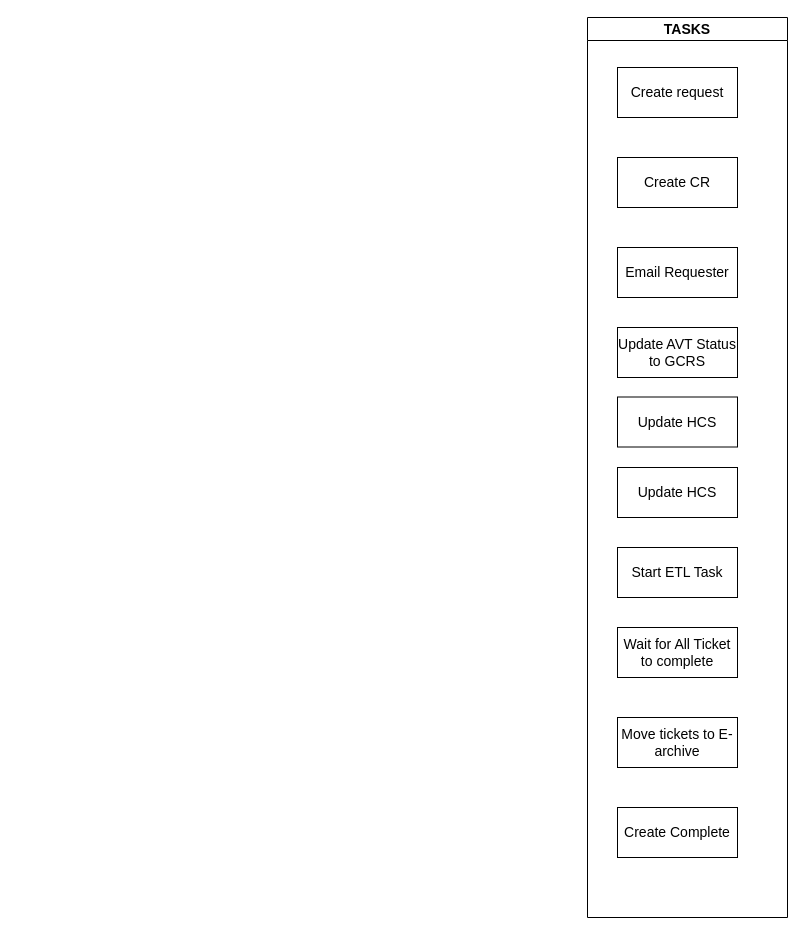
Earlier version of the draw.io diagram Untitled Diagram.drawio (gowsi1511/gowsi1511). Source tidied: cells renumbered, new cells numbered last; positions are measured from the earlier drawing's top-left corner, leaving out a move shared by most shapes. Both pictures are drawn from the tidied source at 100%, with x=0, y=0 at pixel (587, 17).
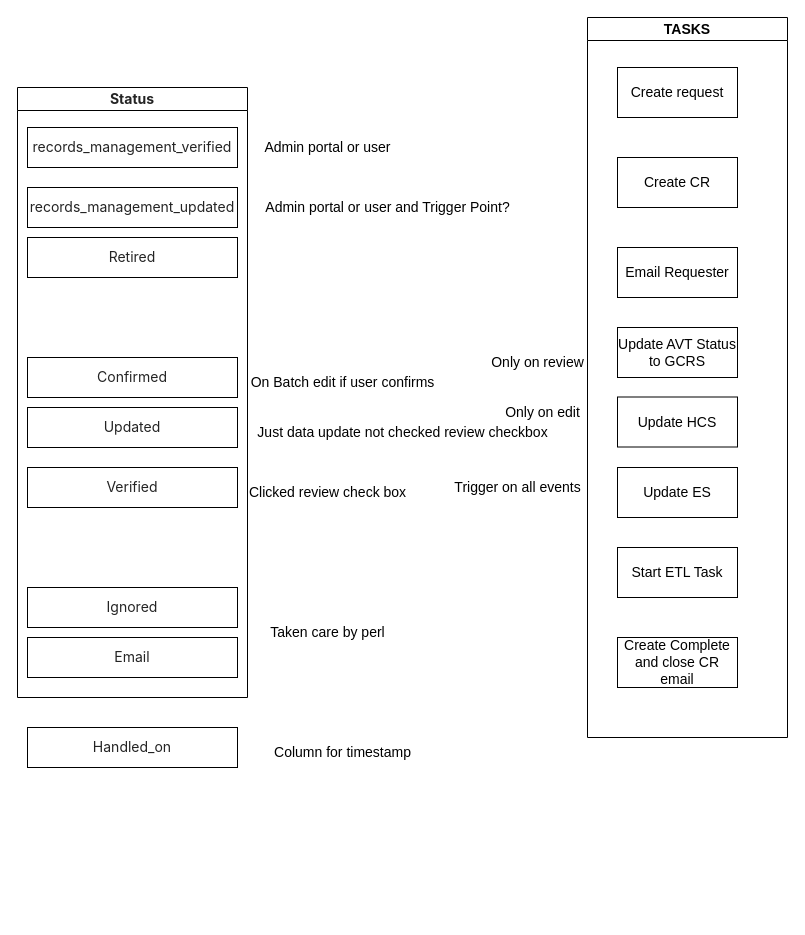
The same diagram, later.

Change to the diagram source:
```diff
@@
     <mxCell id="2" value="&lt;font style=&quot;font-size: 14px;&quot;&gt;TASKS&lt;/font&gt;" style="swimlane;whiteSpace=wrap;html=1;" parent="1" vertex="1">
-      <mxGeometry width="200" height="900" as="geometry" />
+      <mxGeometry width="200" height="720" as="geometry" />
     </mxCell>
@@
-    <mxCell id="7" value="&lt;span style=&quot;font-size: 14px;&quot;&gt;Update HCS&lt;/span&gt;" style="rounded=0;whiteSpace=wrap;html=1;" parent="2" vertex="1">
+    <mxCell id="7" value="&lt;span style=&quot;font-size: 14px;&quot;&gt;Update ES&lt;/span&gt;" style="rounded=0;whiteSpace=wrap;html=1;" parent="2" vertex="1">
       <mxGeometry x="30" y="450" width="120" height="50" as="geometry" />
     </mxCell>
@@
-    <mxCell id="9" value="&lt;span style=&quot;font-size: 14px;&quot;&gt;Wait for All Ticket to complete&lt;/span&gt;" style="rounded=0;whiteSpace=wrap;html=1;" parent="2" vertex="1">
-      <mxGeometry x="30" y="610" width="120" height="50" as="geometry" />
-    </mxCell>
-    <mxCell id="10" value="&lt;span style=&quot;font-size: 14px;&quot;&gt;Move tickets to E-archive&lt;/span&gt;" style="rounded=0;whiteSpace=wrap;html=1;" parent="2" vertex="1">
-      <mxGeometry x="30" y="700" width="120" height="50" as="geometry" />
-    </mxCell>
-    <mxCell id="11" value="&lt;span style=&quot;font-size: 14px;&quot;&gt;Create Complete&lt;/span&gt;" style="rounded=0;whiteSpace=wrap;html=1;" parent="2" vertex="1">
-      <mxGeometry x="30" y="790" width="120" height="50" as="geometry" />
+    <mxCell id="11" value="&lt;span style=&quot;font-size: 14px;&quot;&gt;Create Complete and close CR email&lt;/span&gt;" style="rounded=0;whiteSpace=wrap;html=1;" parent="2" vertex="1">
+      <mxGeometry x="30" y="620" width="120" height="50" as="geometry" />
     </mxCell>
@@
+    <mxCell id="13" value="&lt;span style=&quot;color: rgb(36, 36, 36); font-family: -apple-system, &amp;quot;system-ui&amp;quot;, &amp;quot;Segoe UI&amp;quot;, system-ui, &amp;quot;Apple Color Emoji&amp;quot;, &amp;quot;Segoe UI Emoji&amp;quot;, &amp;quot;Segoe UI Web&amp;quot;, sans-serif; font-style: normal; font-variant-ligatures: normal; font-variant-caps: normal; letter-spacing: normal; orphans: 2; text-align: left; text-indent: 0px; text-transform: none; widows: 2; word-spacing: 0px; -webkit-text-stroke-width: 0px; background-color: rgb(255, 255, 255); text-decoration-thickness: initial; text-decoration-style: initial; text-decoration-color: initial; float: none; display: inline !important;&quot;&gt;&lt;font style=&quot;font-size: 14px;&quot;&gt;Status&lt;/font&gt;&lt;/span&gt;" style="swimlane;whiteSpace=wrap;html=1;fontSize=14;" parent="1" vertex="1">
+      <mxGeometry x="-570" y="70" width="230" height="610" as="geometry" />
+    </mxCell>
+    <mxCell id="14" value="&lt;span style=&quot;color: rgb(36, 36, 36); font-family: -apple-system, &amp;quot;system-ui&amp;quot;, &amp;quot;Segoe UI&amp;quot;, system-ui, &amp;quot;Apple Color Emoji&amp;quot;, &amp;quot;Segoe UI Emoji&amp;quot;, &amp;quot;Segoe UI Web&amp;quot;, sans-serif; text-align: left; background-color: rgb(255, 255, 255);&quot;&gt;&lt;font style=&quot;font-size: 14px;&quot;&gt;records_management_verified&lt;/font&gt;&lt;/span&gt;" style="whiteSpace=wrap;html=1;fontSize=14;" parent="13" vertex="1">
+      <mxGeometry x="10" y="40" width="210" height="40" as="geometry" />
+    </mxCell>
+    <mxCell id="15" value="&lt;span style=&quot;color: rgb(36, 36, 36); font-family: -apple-system, &amp;quot;system-ui&amp;quot;, &amp;quot;Segoe UI&amp;quot;, system-ui, &amp;quot;Apple Color Emoji&amp;quot;, &amp;quot;Segoe UI Emoji&amp;quot;, &amp;quot;Segoe UI Web&amp;quot;, sans-serif; text-align: left; background-color: rgb(255, 255, 255);&quot;&gt;&lt;font style=&quot;font-size: 14px;&quot;&gt;records_management_updated&lt;/font&gt;&lt;/span&gt;" style="whiteSpace=wrap;html=1;fontSize=14;" parent="13" vertex="1">
+      <mxGeometry x="10" y="100" width="210" height="40" as="geometry" />
+    </mxCell>
+    <mxCell id="16" value="&lt;span style=&quot;color: rgb(36, 36, 36); font-family: -apple-system, &amp;quot;system-ui&amp;quot;, &amp;quot;Segoe UI&amp;quot;, system-ui, &amp;quot;Apple Color Emoji&amp;quot;, &amp;quot;Segoe UI Emoji&amp;quot;, &amp;quot;Segoe UI Web&amp;quot;, sans-serif; text-align: left; background-color: rgb(255, 255, 255);&quot;&gt;&lt;font style=&quot;font-size: 14px;&quot;&gt;Ignored&lt;/font&gt;&lt;/span&gt;" style="whiteSpace=wrap;html=1;fontSize=14;" parent="13" vertex="1">
+      <mxGeometry x="10" y="500" width="210" height="40" as="geometry" />
+    </mxCell>
+    <mxCell id="17" value="&lt;span style=&quot;color: rgb(36, 36, 36); font-family: -apple-system, &amp;quot;system-ui&amp;quot;, &amp;quot;Segoe UI&amp;quot;, system-ui, &amp;quot;Apple Color Emoji&amp;quot;, &amp;quot;Segoe UI Emoji&amp;quot;, &amp;quot;Segoe UI Web&amp;quot;, sans-serif; text-align: left; background-color: rgb(255, 255, 255);&quot;&gt;&lt;font style=&quot;font-size: 14px;&quot;&gt;Confirmed&lt;/font&gt;&lt;/span&gt;" style="whiteSpace=wrap;html=1;fontSize=14;" parent="13" vertex="1">
+      <mxGeometry x="10" y="270" width="210" height="40" as="geometry" />
+    </mxCell>
+    <mxCell id="18" value="&lt;span style=&quot;color: rgb(36, 36, 36); font-family: -apple-system, &amp;quot;system-ui&amp;quot;, &amp;quot;Segoe UI&amp;quot;, system-ui, &amp;quot;Apple Color Emoji&amp;quot;, &amp;quot;Segoe UI Emoji&amp;quot;, &amp;quot;Segoe UI Web&amp;quot;, sans-serif; text-align: left; background-color: rgb(255, 255, 255);&quot;&gt;&lt;font style=&quot;font-size: 14px;&quot;&gt;Updated&lt;/font&gt;&lt;/span&gt;" style="whiteSpace=wrap;html=1;fontSize=14;" parent="13" vertex="1">
+      <mxGeometry x="10" y="320" width="210" height="40" as="geometry" />
+    </mxCell>
+    <mxCell id="19" value="&lt;span style=&quot;color: rgb(36, 36, 36); font-family: -apple-system, &amp;quot;system-ui&amp;quot;, &amp;quot;Segoe UI&amp;quot;, system-ui, &amp;quot;Apple Color Emoji&amp;quot;, &amp;quot;Segoe UI Emoji&amp;quot;, &amp;quot;Segoe UI Web&amp;quot;, sans-serif; text-align: left; background-color: rgb(255, 255, 255);&quot;&gt;&lt;font style=&quot;font-size: 14px;&quot;&gt;Verified&lt;/font&gt;&lt;/span&gt;" style="whiteSpace=wrap;html=1;fontSize=14;" parent="13" vertex="1">
+      <mxGeometry x="10" y="380" width="210" height="40" as="geometry" />
+    </mxCell>
+    <mxCell id="20" value="&lt;span style=&quot;color: rgb(36, 36, 36); font-family: -apple-system, &amp;quot;system-ui&amp;quot;, &amp;quot;Segoe UI&amp;quot;, system-ui, &amp;quot;Apple Color Emoji&amp;quot;, &amp;quot;Segoe UI Emoji&amp;quot;, &amp;quot;Segoe UI Web&amp;quot;, sans-serif; text-align: left; background-color: rgb(255, 255, 255);&quot;&gt;&lt;font style=&quot;font-size: 14px;&quot;&gt;Retired&lt;/font&gt;&lt;/span&gt;" style="whiteSpace=wrap;html=1;fontSize=14;" parent="13" vertex="1">
+      <mxGeometry x="10" y="150" width="210" height="40" as="geometry" />
+    </mxCell>
+    <mxCell id="21" value="&lt;span style=&quot;color: rgb(36, 36, 36); font-family: -apple-system, &amp;quot;system-ui&amp;quot;, &amp;quot;Segoe UI&amp;quot;, system-ui, &amp;quot;Apple Color Emoji&amp;quot;, &amp;quot;Segoe UI Emoji&amp;quot;, &amp;quot;Segoe UI Web&amp;quot;, sans-serif; text-align: left; background-color: rgb(255, 255, 255);&quot;&gt;&lt;font style=&quot;font-size: 14px;&quot;&gt;Email&lt;/font&gt;&lt;/span&gt;" style="whiteSpace=wrap;html=1;fontSize=14;" parent="13" vertex="1">
+      <mxGeometry x="10" y="550" width="210" height="40" as="geometry" />
+    </mxCell>
+    <mxCell id="22" value="&lt;span style=&quot;color: rgb(36, 36, 36); font-family: -apple-system, &amp;quot;system-ui&amp;quot;, &amp;quot;Segoe UI&amp;quot;, system-ui, &amp;quot;Apple Color Emoji&amp;quot;, &amp;quot;Segoe UI Emoji&amp;quot;, &amp;quot;Segoe UI Web&amp;quot;, sans-serif; text-align: left; background-color: rgb(255, 255, 255);&quot;&gt;&lt;font style=&quot;font-size: 14px;&quot;&gt;Handled_on&lt;/font&gt;&lt;/span&gt;" style="whiteSpace=wrap;html=1;fontSize=14;" parent="1" vertex="1">
+      <mxGeometry x="-560" y="710" width="210" height="40" as="geometry" />
+    </mxCell>
+    <mxCell id="23" value="Admin portal or user" style="text;html=1;align=center;verticalAlign=middle;strokeColor=none;fillColor=none;fontSize=14;" parent="1" vertex="1">
+      <mxGeometry x="-335" y="115" width="150" height="30" as="geometry" />
+    </mxCell>
+    <mxCell id="24" value="Admin portal or user and Trigger Point?" style="text;html=1;align=center;verticalAlign=middle;strokeColor=none;fillColor=none;fontSize=14;" parent="1" vertex="1">
+      <mxGeometry x="-335" y="175" width="270" height="30" as="geometry" />
+    </mxCell>
+    <mxCell id="25" value="Taken care by perl" style="text;html=1;align=center;verticalAlign=middle;strokeColor=none;fillColor=none;fontSize=14;" parent="1" vertex="1">
+      <mxGeometry x="-330" y="600" width="140" height="30" as="geometry" />
+    </mxCell>
+    <mxCell id="26" value="On Batch edit if user confirms" style="text;html=1;align=center;verticalAlign=middle;strokeColor=none;fillColor=none;fontSize=14;" parent="1" vertex="1">
+      <mxGeometry x="-350" y="350" width="210" height="30" as="geometry" />
+    </mxCell>
+    <mxCell id="27" value="Only on review" style="text;html=1;align=center;verticalAlign=middle;strokeColor=none;fillColor=none;fontSize=14;" parent="1" vertex="1">
+      <mxGeometry x="-110" y="330" width="120" height="30" as="geometry" />
+    </mxCell>
+    <mxCell id="28" value="Only on edit" style="text;html=1;align=center;verticalAlign=middle;strokeColor=none;fillColor=none;fontSize=14;" parent="1" vertex="1">
+      <mxGeometry x="-95" y="380" width="100" height="30" as="geometry" />
+    </mxCell>
+    <mxCell id="29" value="Trigger on all events" style="text;html=1;align=center;verticalAlign=middle;strokeColor=none;fillColor=none;fontSize=14;" parent="1" vertex="1">
+      <mxGeometry x="-145" y="455" width="150" height="30" as="geometry" />
+    </mxCell>
+    <mxCell id="30" value="Just data update not checked review checkbox" style="text;html=1;align=center;verticalAlign=middle;strokeColor=none;fillColor=none;fontSize=14;" parent="1" vertex="1">
+      <mxGeometry x="-340" y="400" width="310" height="30" as="geometry" />
+    </mxCell>
+    <mxCell id="31" value="Clicked review check box" style="text;html=1;align=center;verticalAlign=middle;strokeColor=none;fillColor=none;fontSize=14;" parent="1" vertex="1">
+      <mxGeometry x="-350" y="460" width="180" height="30" as="geometry" />
+    </mxCell>
+    <mxCell id="32" value="Column for timestamp" style="text;html=1;align=center;verticalAlign=middle;strokeColor=none;fillColor=none;fontSize=14;" parent="1" vertex="1">
+      <mxGeometry x="-325" y="720" width="160" height="30" as="geometry" />
+    </mxCell>
```
